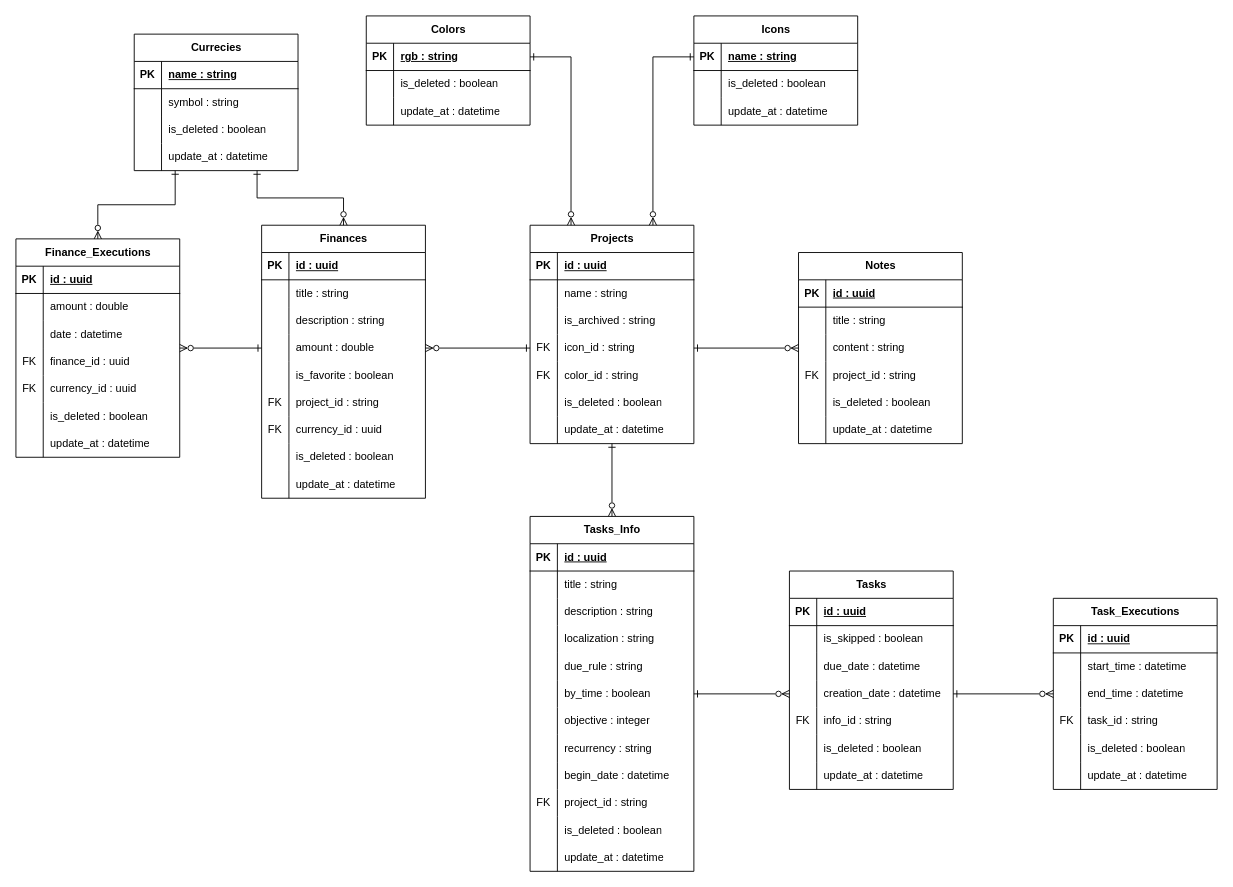
Above: documentation/Relational_Model.drawio in PulidoLuciano/personal-space (draw.io), before the change. Source tidied: cells renumbered, new cells numbered last; positions are measured from the earlier drawing's top-left corner, leaving out a move shared by most shapes. Both pictures are drawn from the tidied source at 91%, with x=0, y=0 at pixel (15, 15).
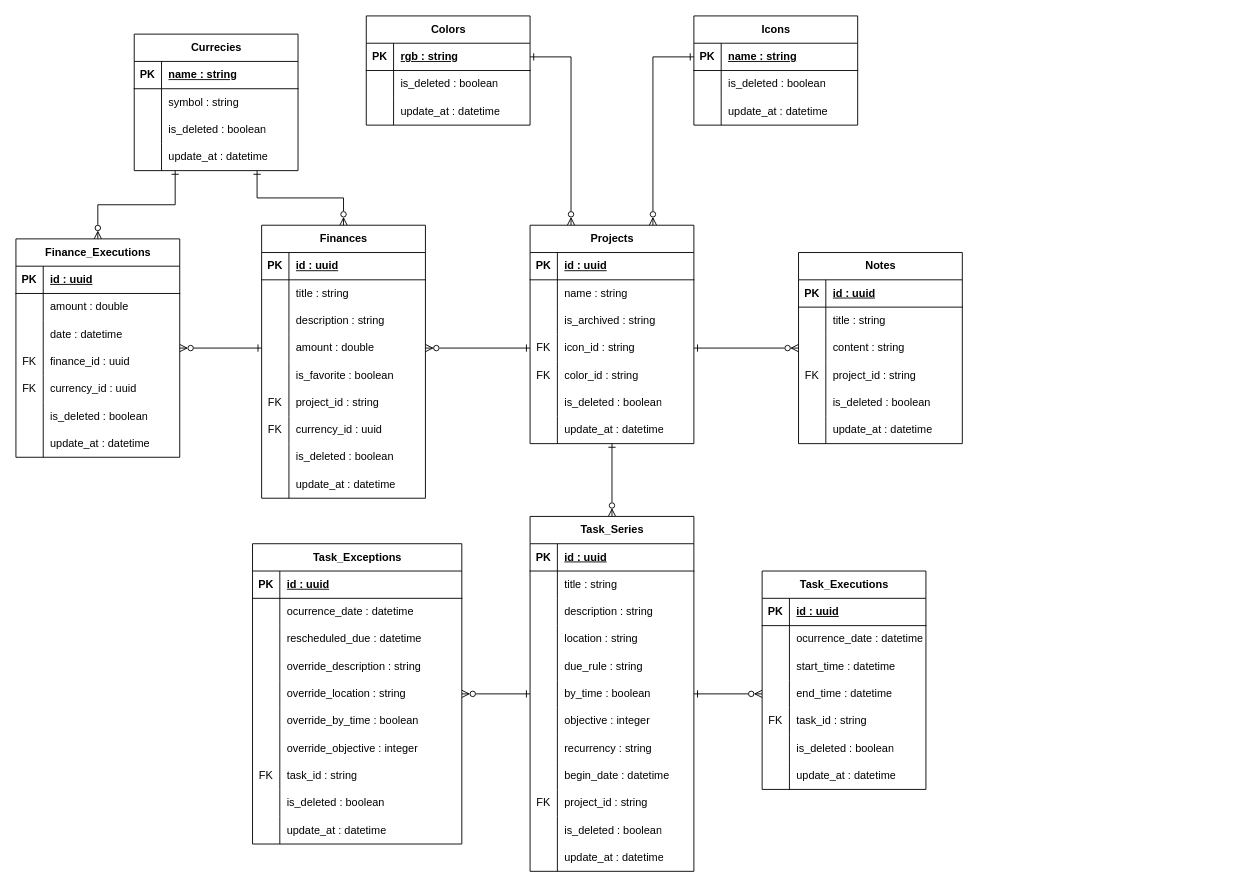
The same diagram, later.

Commit message:
Change relational model to manage tasks exceptions instead of creating new tasks

Unchanged cells that the change refers to:
```xml
<mxCell id="144" style="shape=tableRow;horizontal=0;startSize=0;swimlaneHead=0;swimlaneBody=0;fillColor=none;top=0;left=0;right=0;bottom=0;" parent="134" vertex="1">
  <mxGeometry y="120" width="180" height="30" as="geometry" />
</mxCell>
<mxCell id="150" style="shape=tableRow;horizontal=0;startSize=0;swimlaneHead=0;swimlaneBody=0;fillColor=none;points=[[0,0.5],[1,0.5]];portConstraint=eastwest;top=0;left=0;right=0;bottom=0;" parent="134" vertex="1">
  <mxGeometry y="180" width="180" height="30" as="geometry" />
</mxCell>
```

Diff of the diagram source:
```diff
@@
-    <mxCell id="134" value="Tasks_Info" style="shape=table;startSize=30;childLayout=tableLayout;rowLines=0;fontStyle=1;align=center;html=1;" parent="1" vertex="1">
+    <mxCell id="134" value="Task_Series" style="shape=table;startSize=30;childLayout=tableLayout;rowLines=0;fontStyle=1;align=center;html=1;" parent="1" vertex="1">
       <mxGeometry x="565" y="550" width="180" height="390" as="geometry" />
     </mxCell>
@@
-    <mxCell id="146" value="localization : string" style="shape=partialRectangle;fillColor=none;top=0;left=0;bottom=0;right=0;align=left;spacingLeft=6;overflow=hidden;whiteSpace=wrap;html=1;" parent="144" vertex="1">
+    <mxCell id="146" value="location : string" style="shape=partialRectangle;fillColor=none;top=0;left=0;bottom=0;right=0;align=left;spacingLeft=6;overflow=hidden;whiteSpace=wrap;html=1;" parent="144" vertex="1">
       <mxGeometry x="30" width="150" height="30" as="geometry" />
     </mxCell>
@@
-    <mxCell id="171" value="Tasks" style="shape=table;startSize=30;childLayout=tableLayout;rowLines=0;fontStyle=1;align=center;html=1;" parent="1" vertex="1">
-      <mxGeometry x="850" y="610" width="180" height="240" as="geometry" />
-    </mxCell>
-    <mxCell id="172" style="shape=tableRow;horizontal=0;startSize=0;swimlaneHead=0;swimlaneBody=0;fillColor=none;top=0;left=0;right=0;bottom=1;" parent="171" vertex="1">
-      <mxGeometry y="30" width="180" height="30" as="geometry" />
-    </mxCell>
-    <mxCell id="173" value="PK" style="shape=partialRectangle;fillColor=none;top=0;left=0;bottom=0;right=0;fontStyle=1;overflow=hidden;whiteSpace=wrap;html=1;" parent="172" vertex="1">
-      <mxGeometry width="30" height="30" as="geometry" />
-    </mxCell>
-    <mxCell id="174" value="id : uuid" style="shape=partialRectangle;fillColor=none;top=0;left=0;bottom=0;right=0;align=left;spacingLeft=6;fontStyle=5;overflow=hidden;whiteSpace=wrap;html=1;" parent="172" vertex="1">
-      <mxGeometry x="30" width="150" height="30" as="geometry" />
-    </mxCell>
-    <mxCell id="175" style="shape=tableRow;horizontal=0;startSize=0;swimlaneHead=0;swimlaneBody=0;fillColor=none;top=0;left=0;right=0;bottom=0;" parent="171" vertex="1">
-      <mxGeometry y="60" width="180" height="30" as="geometry" />
-    </mxCell>
-    <mxCell id="176" style="shape=partialRectangle;fillColor=none;top=0;left=0;bottom=0;right=0;overflow=hidden;whiteSpace=wrap;html=1;" parent="175" vertex="1">
-      <mxGeometry width="30" height="30" as="geometry" />
-    </mxCell>
-    <mxCell id="177" value="is_skipped : boolean" style="shape=partialRectangle;fillColor=none;top=0;left=0;bottom=0;right=0;align=left;spacingLeft=6;overflow=hidden;whiteSpace=wrap;html=1;" parent="175" vertex="1">
-      <mxGeometry x="30" width="150" height="30" as="geometry" />
-    </mxCell>
-    <mxCell id="178" style="shape=tableRow;horizontal=0;startSize=0;swimlaneHead=0;swimlaneBody=0;fillColor=none;top=0;left=0;right=0;bottom=0;" parent="171" vertex="1">
-      <mxGeometry y="90" width="180" height="30" as="geometry" />
-    </mxCell>
-    <mxCell id="179" style="shape=partialRectangle;fillColor=none;top=0;left=0;bottom=0;right=0;overflow=hidden;whiteSpace=wrap;html=1;" parent="178" vertex="1">
-      <mxGeometry width="30" height="30" as="geometry" />
-    </mxCell>
-    <mxCell id="180" value="due_date : datetime" style="shape=partialRectangle;fillColor=none;top=0;left=0;bottom=0;right=0;align=left;spacingLeft=6;overflow=hidden;whiteSpace=wrap;html=1;" parent="178" vertex="1">
-      <mxGeometry x="30" width="150" height="30" as="geometry" />
-    </mxCell>
-    <mxCell id="181" style="shape=tableRow;horizontal=0;startSize=0;swimlaneHead=0;swimlaneBody=0;fillColor=none;points=[[0,0.5],[1,0.5]];portConstraint=eastwest;top=0;left=0;right=0;bottom=0;" parent="171" vertex="1">
-      <mxGeometry y="120" width="180" height="30" as="geometry" />
-    </mxCell>
-    <mxCell id="182" style="shape=partialRectangle;fillColor=none;top=0;left=0;bottom=0;right=0;overflow=hidden;whiteSpace=wrap;html=1;" parent="181" vertex="1">
-      <mxGeometry width="30" height="30" as="geometry" />
-    </mxCell>
-    <mxCell id="183" value="creation_date : datetime" style="shape=partialRectangle;fillColor=none;top=0;left=0;bottom=0;right=0;align=left;spacingLeft=6;overflow=hidden;whiteSpace=wrap;html=1;" parent="181" vertex="1">
-      <mxGeometry x="30" width="150" height="30" as="geometry" />
-    </mxCell>
-    <mxCell id="184" style="shape=tableRow;horizontal=0;startSize=0;swimlaneHead=0;swimlaneBody=0;fillColor=none;top=0;left=0;right=0;bottom=0;" parent="171" vertex="1">
-      <mxGeometry y="150" width="180" height="30" as="geometry" />
-    </mxCell>
-    <mxCell id="185" value="FK" style="shape=partialRectangle;fillColor=none;top=0;left=0;bottom=0;right=0;overflow=hidden;whiteSpace=wrap;html=1;" parent="184" vertex="1">
-      <mxGeometry width="30" height="30" as="geometry" />
-    </mxCell>
-    <mxCell id="186" value="info_id : string" style="shape=partialRectangle;fillColor=none;top=0;left=0;bottom=0;right=0;align=left;spacingLeft=6;overflow=hidden;whiteSpace=wrap;html=1;" parent="184" vertex="1">
-      <mxGeometry x="30" width="150" height="30" as="geometry" />
-    </mxCell>
-    <mxCell id="187" style="shape=tableRow;horizontal=0;startSize=0;swimlaneHead=0;swimlaneBody=0;fillColor=none;top=0;left=0;right=0;bottom=0;" parent="171" vertex="1">
-      <mxGeometry y="180" width="180" height="30" as="geometry" />
-    </mxCell>
-    <mxCell id="188" style="shape=partialRectangle;fillColor=none;top=0;left=0;bottom=0;right=0;overflow=hidden;whiteSpace=wrap;html=1;" parent="187" vertex="1">
-      <mxGeometry width="30" height="30" as="geometry" />
-    </mxCell>
-    <mxCell id="189" value="is_deleted : boolean" style="shape=partialRectangle;fillColor=none;top=0;left=0;bottom=0;right=0;align=left;spacingLeft=6;overflow=hidden;whiteSpace=wrap;html=1;" parent="187" vertex="1">
-      <mxGeometry x="30" width="150" height="30" as="geometry" />
-    </mxCell>
-    <mxCell id="190" style="shape=tableRow;horizontal=0;startSize=0;swimlaneHead=0;swimlaneBody=0;fillColor=none;top=0;left=0;right=0;bottom=0;" parent="171" vertex="1">
-      <mxGeometry y="210" width="180" height="30" as="geometry" />
-    </mxCell>
-    <mxCell id="191" style="shape=partialRectangle;fillColor=none;top=0;left=0;bottom=0;right=0;overflow=hidden;whiteSpace=wrap;html=1;" parent="190" vertex="1">
-      <mxGeometry width="30" height="30" as="geometry" />
-    </mxCell>
-    <mxCell id="192" value="update_at : datetime" style="shape=partialRectangle;fillColor=none;top=0;left=0;bottom=0;right=0;align=left;spacingLeft=6;overflow=hidden;whiteSpace=wrap;html=1;" parent="190" vertex="1">
-      <mxGeometry x="30" width="150" height="30" as="geometry" />
-    </mxCell>
     <mxCell id="193" value="Task_Executions" style="shape=table;startSize=30;childLayout=tableLayout;rowLines=0;fontStyle=1;align=center;html=1;" parent="1" vertex="1">
-      <mxGeometry x="1140" y="640" width="180" height="210" as="geometry" />
+      <mxGeometry x="820" y="610" width="180" height="240" as="geometry" />
     </mxCell>
@@
+    <mxCell id="175" style="shape=tableRow;horizontal=0;startSize=0;swimlaneHead=0;swimlaneBody=0;fillColor=none;top=0;left=0;right=0;bottom=0;" parent="193" vertex="1">
+      <mxGeometry y="60" width="180" height="30" as="geometry" />
+    </mxCell>
+    <mxCell id="214" style="shape=partialRectangle;fillColor=none;top=0;left=0;bottom=0;right=0;overflow=hidden;whiteSpace=wrap;html=1;" parent="175" vertex="1">
+      <mxGeometry width="30" height="30" as="geometry" />
+    </mxCell>
+    <mxCell id="215" value="ocurrence_date&amp;nbsp;: datetime" style="shape=partialRectangle;fillColor=none;top=0;left=0;bottom=0;right=0;align=left;spacingLeft=6;overflow=hidden;whiteSpace=wrap;html=1;" parent="175" vertex="1">
+      <mxGeometry x="30" width="150" height="30" as="geometry" />
+    </mxCell>
     <mxCell id="197" style="shape=tableRow;horizontal=0;startSize=0;swimlaneHead=0;swimlaneBody=0;fillColor=none;top=0;left=0;right=0;bottom=0;" parent="193" vertex="1">
-      <mxGeometry y="60" width="180" height="30" as="geometry" />
+      <mxGeometry y="90" width="180" height="30" as="geometry" />
     </mxCell>
@@
     <mxCell id="200" style="shape=tableRow;horizontal=0;startSize=0;swimlaneHead=0;swimlaneBody=0;fillColor=none;points=[[0,0.5],[1,0.5]];portConstraint=eastwest;top=0;left=0;right=0;bottom=0;" parent="193" vertex="1">
-      <mxGeometry y="90" width="180" height="30" as="geometry" />
+      <mxGeometry y="120" width="180" height="30" as="geometry" />
     </mxCell>
@@
     <mxCell id="203" style="shape=tableRow;horizontal=0;startSize=0;swimlaneHead=0;swimlaneBody=0;fillColor=none;top=0;left=0;right=0;bottom=0;" parent="193" vertex="1">
-      <mxGeometry y="120" width="180" height="30" as="geometry" />
+      <mxGeometry y="150" width="180" height="30" as="geometry" />
     </mxCell>
@@
     <mxCell id="206" style="shape=tableRow;horizontal=0;startSize=0;swimlaneHead=0;swimlaneBody=0;fillColor=none;top=0;left=0;right=0;bottom=0;" parent="193" vertex="1">
-      <mxGeometry y="150" width="180" height="30" as="geometry" />
+      <mxGeometry y="180" width="180" height="30" as="geometry" />
     </mxCell>
@@
     <mxCell id="209" style="shape=tableRow;horizontal=0;startSize=0;swimlaneHead=0;swimlaneBody=0;fillColor=none;top=0;left=0;right=0;bottom=0;" parent="193" vertex="1">
-      <mxGeometry y="180" width="180" height="30" as="geometry" />
+      <mxGeometry y="210" width="180" height="30" as="geometry" />
     </mxCell>
@@
-    <mxCell id="212" style="edgeStyle=orthogonalEdgeStyle;rounded=0;jettySize=auto;html=1;exitX=1;exitY=0.5;exitDx=0;exitDy=0;entryX=0;entryY=0.5;entryDx=0;entryDy=0;startArrow=ERone;startFill=0;endArrow=ERzeroToMany;endFill=0;" parent="1" edge="1" source="150" target="181">
-      <mxGeometry relative="1" as="geometry" />
-    </mxCell>
-    <mxCell id="213" style="edgeStyle=orthogonalEdgeStyle;rounded=0;jettySize=auto;html=1;exitX=1;exitY=0.5;exitDx=0;exitDy=0;entryX=0;entryY=0.5;entryDx=0;entryDy=0;startArrow=ERone;startFill=0;endArrow=ERzeroToMany;endFill=0;" parent="1" edge="1" source="181" target="200">
+    <mxCell id="213" style="edgeStyle=orthogonalEdgeStyle;rounded=0;jettySize=auto;html=1;exitX=1;exitY=0.5;exitDx=0;exitDy=0;entryX=0;entryY=0.5;entryDx=0;entryDy=0;startArrow=ERone;startFill=0;endArrow=ERzeroToMany;endFill=0;" parent="1" edge="1" source="150" target="200">
       <mxGeometry relative="1" as="geometry" />
     </mxCell>
+    <mxCell id="216" value="Task_Exceptions" style="shape=table;startSize=30;childLayout=tableLayout;rowLines=0;fontStyle=1;align=center;html=1;" parent="1" vertex="1">
+      <mxGeometry x="260" y="580" width="230" height="330" as="geometry" />
+    </mxCell>
+    <mxCell id="217" style="shape=tableRow;horizontal=0;startSize=0;swimlaneHead=0;swimlaneBody=0;fillColor=none;top=0;left=0;right=0;bottom=1;" parent="216" vertex="1">
+      <mxGeometry y="30" width="230" height="30" as="geometry" />
+    </mxCell>
+    <mxCell id="173" value="PK" style="shape=partialRectangle;fillColor=none;top=0;left=0;bottom=0;right=0;fontStyle=1;overflow=hidden;whiteSpace=wrap;html=1;" parent="217" vertex="1">
+      <mxGeometry width="30" height="30" as="geometry" />
+    </mxCell>
+    <mxCell id="174" value="id : uuid" style="shape=partialRectangle;fillColor=none;top=0;left=0;bottom=0;right=0;align=left;spacingLeft=6;fontStyle=5;overflow=hidden;whiteSpace=wrap;html=1;" parent="217" vertex="1">
+      <mxGeometry x="30" width="200" height="30" as="geometry" />
+    </mxCell>
+    <mxCell id="218" style="shape=tableRow;horizontal=0;startSize=0;swimlaneHead=0;swimlaneBody=0;fillColor=none;top=0;left=0;right=0;bottom=0;" parent="216" vertex="1">
+      <mxGeometry y="60" width="230" height="30" as="geometry" />
+    </mxCell>
+    <mxCell id="219" style="shape=partialRectangle;fillColor=none;top=0;left=0;bottom=0;right=0;overflow=hidden;whiteSpace=wrap;html=1;" parent="218" vertex="1">
+      <mxGeometry width="30" height="30" as="geometry" />
+    </mxCell>
+    <mxCell id="220" value="ocurrence_date : datetime" style="shape=partialRectangle;fillColor=none;top=0;left=0;bottom=0;right=0;align=left;spacingLeft=6;overflow=hidden;whiteSpace=wrap;html=1;" parent="218" vertex="1">
+      <mxGeometry x="30" width="200" height="30" as="geometry" />
+    </mxCell>
+    <mxCell id="221" style="shape=tableRow;horizontal=0;startSize=0;swimlaneHead=0;swimlaneBody=0;fillColor=none;top=0;left=0;right=0;bottom=0;" parent="216" vertex="1">
+      <mxGeometry y="90" width="230" height="30" as="geometry" />
+    </mxCell>
+    <mxCell id="222" style="shape=partialRectangle;fillColor=none;top=0;left=0;bottom=0;right=0;overflow=hidden;whiteSpace=wrap;html=1;" parent="221" vertex="1">
+      <mxGeometry width="30" height="30" as="geometry" />
+    </mxCell>
+    <mxCell id="223" value="rescheduled_due : datetime" style="shape=partialRectangle;fillColor=none;top=0;left=0;bottom=0;right=0;align=left;spacingLeft=6;overflow=hidden;whiteSpace=wrap;html=1;" parent="221" vertex="1">
+      <mxGeometry x="30" width="200" height="30" as="geometry" />
+    </mxCell>
+    <mxCell id="224" style="shape=tableRow;horizontal=0;startSize=0;swimlaneHead=0;swimlaneBody=0;fillColor=none;top=0;left=0;right=0;bottom=0;" parent="216" vertex="1">
+      <mxGeometry y="120" width="230" height="30" as="geometry" />
+    </mxCell>
+    <mxCell id="225" style="shape=partialRectangle;fillColor=none;top=0;left=0;bottom=0;right=0;overflow=hidden;whiteSpace=wrap;html=1;" parent="224" vertex="1">
+      <mxGeometry width="30" height="30" as="geometry" />
+    </mxCell>
+    <mxCell id="226" value="override_description : string" style="shape=partialRectangle;fillColor=none;top=0;left=0;bottom=0;right=0;align=left;spacingLeft=6;overflow=hidden;whiteSpace=wrap;html=1;" parent="224" vertex="1">
+      <mxGeometry x="30" width="200" height="30" as="geometry" />
+    </mxCell>
+    <mxCell id="227" style="shape=tableRow;horizontal=0;startSize=0;swimlaneHead=0;swimlaneBody=0;fillColor=none;points=[[0,0.5],[1,0.5]];portConstraint=eastwest;top=0;left=0;right=0;bottom=0;" parent="216" vertex="1">
+      <mxGeometry y="150" width="230" height="30" as="geometry" />
+    </mxCell>
+    <mxCell id="228" style="shape=partialRectangle;fillColor=none;top=0;left=0;bottom=0;right=0;overflow=hidden;whiteSpace=wrap;html=1;" parent="227" vertex="1">
+      <mxGeometry width="30" height="30" as="geometry" />
+    </mxCell>
+    <mxCell id="229" value="override_location : string" style="shape=partialRectangle;fillColor=none;top=0;left=0;bottom=0;right=0;align=left;spacingLeft=6;overflow=hidden;whiteSpace=wrap;html=1;" parent="227" vertex="1">
+      <mxGeometry x="30" width="200" height="30" as="geometry" />
+    </mxCell>
+    <mxCell id="230" style="shape=tableRow;horizontal=0;startSize=0;swimlaneHead=0;swimlaneBody=0;fillColor=none;top=0;left=0;right=0;bottom=0;" parent="216" vertex="1">
+      <mxGeometry y="180" width="230" height="30" as="geometry" />
+    </mxCell>
+    <mxCell id="231" style="shape=partialRectangle;fillColor=none;top=0;left=0;bottom=0;right=0;overflow=hidden;whiteSpace=wrap;html=1;" parent="230" vertex="1">
+      <mxGeometry width="30" height="30" as="geometry" />
+    </mxCell>
+    <mxCell id="232" value="override_by_time : boolean" style="shape=partialRectangle;fillColor=none;top=0;left=0;bottom=0;right=0;align=left;spacingLeft=6;overflow=hidden;whiteSpace=wrap;html=1;" parent="230" vertex="1">
+      <mxGeometry x="30" width="200" height="30" as="geometry" />
+    </mxCell>
+    <mxCell id="233" style="shape=tableRow;horizontal=0;startSize=0;swimlaneHead=0;swimlaneBody=0;fillColor=none;top=0;left=0;right=0;bottom=0;" parent="216" vertex="1">
+      <mxGeometry y="210" width="230" height="30" as="geometry" />
+    </mxCell>
+    <mxCell id="234" style="shape=partialRectangle;fillColor=none;top=0;left=0;bottom=0;right=0;overflow=hidden;whiteSpace=wrap;html=1;" parent="233" vertex="1">
+      <mxGeometry width="30" height="30" as="geometry" />
+    </mxCell>
+    <mxCell id="235" value="override_objective : integer" style="shape=partialRectangle;fillColor=none;top=0;left=0;bottom=0;right=0;align=left;spacingLeft=6;overflow=hidden;whiteSpace=wrap;html=1;" parent="233" vertex="1">
+      <mxGeometry x="30" width="200" height="30" as="geometry" />
+    </mxCell>
+    <mxCell id="236" style="shape=tableRow;horizontal=0;startSize=0;swimlaneHead=0;swimlaneBody=0;fillColor=none;top=0;left=0;right=0;bottom=0;" parent="216" vertex="1">
+      <mxGeometry y="240" width="230" height="30" as="geometry" />
+    </mxCell>
+    <mxCell id="185" value="FK" style="shape=partialRectangle;fillColor=none;top=0;left=0;bottom=0;right=0;overflow=hidden;whiteSpace=wrap;html=1;" parent="236" vertex="1">
+      <mxGeometry width="30" height="30" as="geometry" />
+    </mxCell>
+    <mxCell id="237" value="task_id : string" style="shape=partialRectangle;fillColor=none;top=0;left=0;bottom=0;right=0;align=left;spacingLeft=6;overflow=hidden;whiteSpace=wrap;html=1;" parent="236" vertex="1">
+      <mxGeometry x="30" width="200" height="30" as="geometry" />
+    </mxCell>
+    <mxCell id="238" style="shape=tableRow;horizontal=0;startSize=0;swimlaneHead=0;swimlaneBody=0;fillColor=none;top=0;left=0;right=0;bottom=0;" parent="216" vertex="1">
+      <mxGeometry y="270" width="230" height="30" as="geometry" />
+    </mxCell>
+    <mxCell id="239" style="shape=partialRectangle;fillColor=none;top=0;left=0;bottom=0;right=0;overflow=hidden;whiteSpace=wrap;html=1;" parent="238" vertex="1">
+      <mxGeometry width="30" height="30" as="geometry" />
+    </mxCell>
+    <mxCell id="189" value="is_deleted : boolean" style="shape=partialRectangle;fillColor=none;top=0;left=0;bottom=0;right=0;align=left;spacingLeft=6;overflow=hidden;whiteSpace=wrap;html=1;" parent="238" vertex="1">
+      <mxGeometry x="30" width="200" height="30" as="geometry" />
+    </mxCell>
+    <mxCell id="240" style="shape=tableRow;horizontal=0;startSize=0;swimlaneHead=0;swimlaneBody=0;fillColor=none;top=0;left=0;right=0;bottom=0;" parent="216" vertex="1">
+      <mxGeometry y="300" width="230" height="30" as="geometry" />
+    </mxCell>
+    <mxCell id="241" style="shape=partialRectangle;fillColor=none;top=0;left=0;bottom=0;right=0;overflow=hidden;whiteSpace=wrap;html=1;" parent="240" vertex="1">
+      <mxGeometry width="30" height="30" as="geometry" />
+    </mxCell>
+    <mxCell id="192" value="update_at : datetime" style="shape=partialRectangle;fillColor=none;top=0;left=0;bottom=0;right=0;align=left;spacingLeft=6;overflow=hidden;whiteSpace=wrap;html=1;" parent="240" vertex="1">
+      <mxGeometry x="30" width="200" height="30" as="geometry" />
+    </mxCell>
+    <mxCell id="242" style="edgeStyle=orthogonalEdgeStyle;rounded=0;jettySize=auto;html=1;exitX=0;exitY=0.5;exitDx=0;exitDy=0;startArrow=ERone;startFill=0;endArrow=ERzeroToMany;endFill=0;entryX=1;entryY=0.5;entryDx=0;entryDy=0;" parent="1" edge="1" source="150" target="227">
+      <mxGeometry relative="1" as="geometry" />
+    </mxCell>
```
